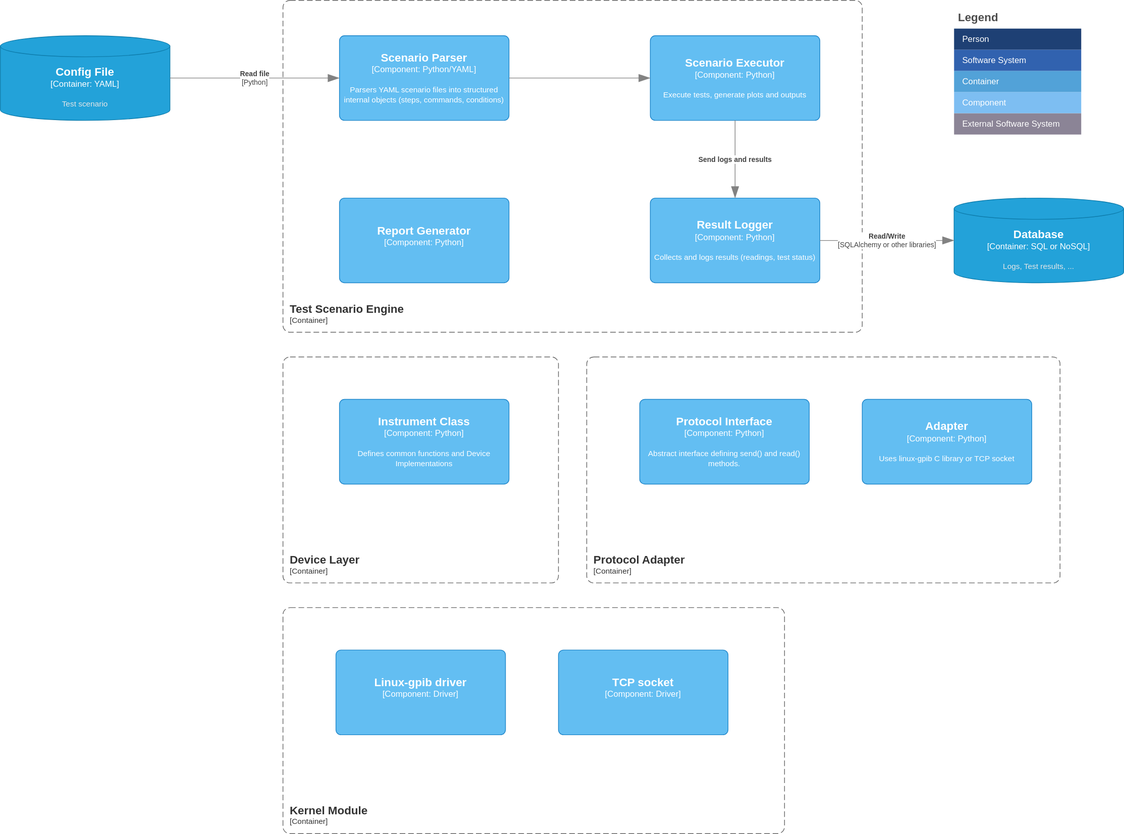
Before: C4 model/C4_software_architecture-Component.drawio.svg, a diagram exported from draw.io (ILoveBacteria/test-instrument-automation). Source tidied: cells renumbered, new cells last; positions are measured from the earlier drawing's top-left corner, leaving out a move shared by most shapes.
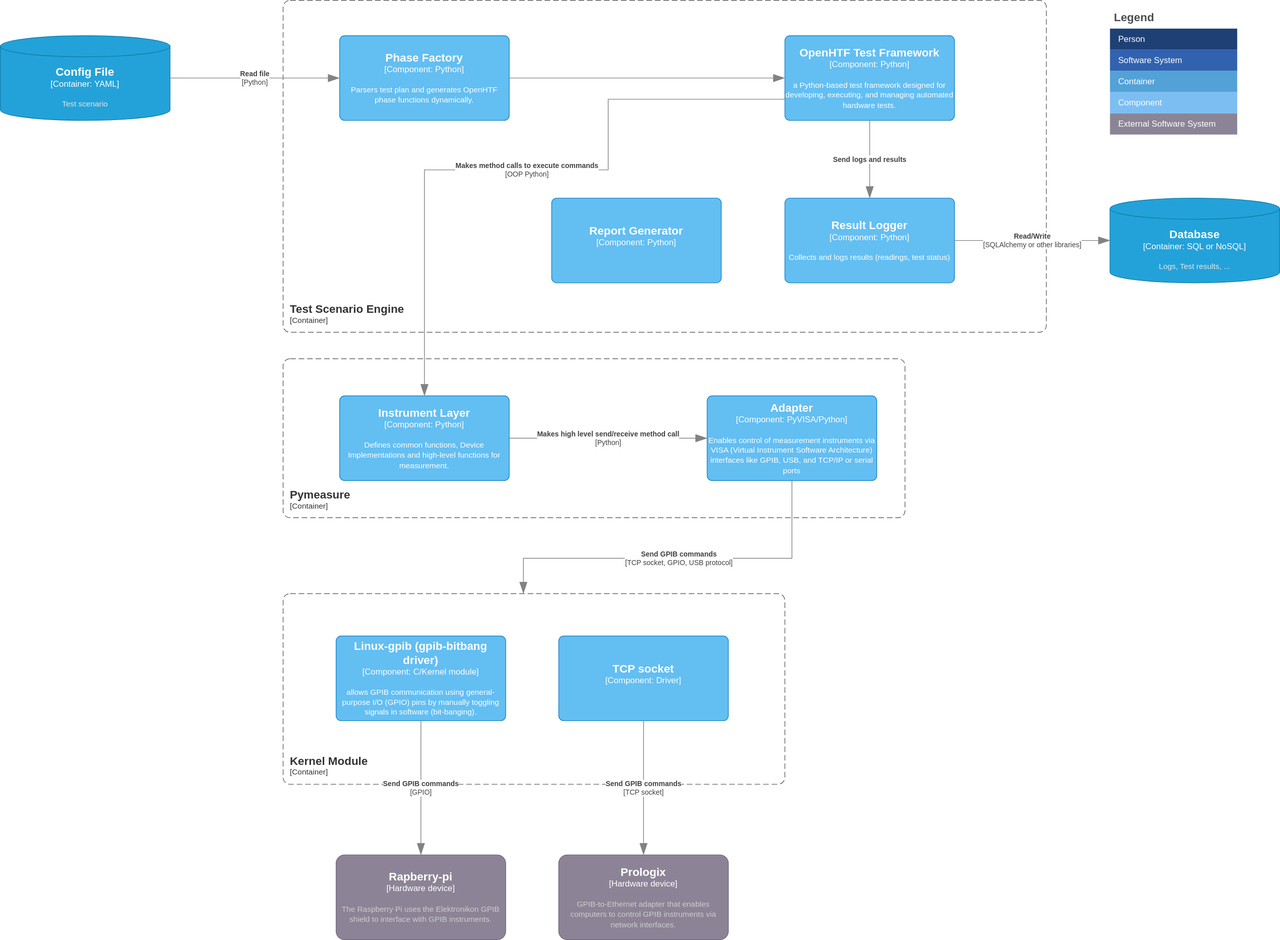
After the commit.

The edit, as a diff of the source:
```diff
@@ -6,6 +6,6 @@
       <mxCell style="rounded=1;fontSize=11;whiteSpace=wrap;html=1;dashed=1;arcSize=20;fillColor=none;strokeColor=#666666;fontColor=#333333;labelBackgroundColor=none;align=left;verticalAlign=bottom;labelBorderColor=none;spacingTop=0;spacing=10;dashPattern=8 4;perimeter=rectanglePerimeter;noLabel=0;labelPadding=0;absoluteArcSize=1;" parent="1" vertex="1">
-        <mxGeometry x="400" width="820" height="470" as="geometry" />
+        <mxGeometry x="400" width="1080" height="470" as="geometry" />
       </mxCell>
     </object>
-    <object id="3" label="&lt;font style=&quot;font-size: 16px&quot;&gt;&lt;b&gt;%c4Name%&lt;/b&gt;&lt;/font&gt;&lt;div&gt;[%c4Type%: %c4Technology%]&lt;/div&gt;&lt;br&gt;&lt;div&gt;&lt;font style=&quot;font-size: 11px&quot;&gt;%c4Description%&lt;/font&gt;&lt;/div&gt;" c4Description="Parsers YAML scenario files into structured internal objects (steps, commands, conditions)" c4Name="Scenario Parser" c4Technology="Python/YAML" c4Type="Component" placeholders="1">
+    <object id="3" label="&lt;font style=&quot;font-size: 16px&quot;&gt;&lt;b&gt;%c4Name%&lt;/b&gt;&lt;/font&gt;&lt;div&gt;[%c4Type%: %c4Technology%]&lt;/div&gt;&lt;br&gt;&lt;div&gt;&lt;font style=&quot;font-size: 11px&quot;&gt;%c4Description%&lt;/font&gt;&lt;/div&gt;" c4Description="Parsers test plan and generates OpenHTF phase functions dynamically." c4Name="Phase Factory" c4Technology="Python" c4Type="Component" placeholders="1">
       <mxCell style="rounded=1;whiteSpace=wrap;html=1;labelBackgroundColor=none;fillColor=#63BEF2;fontColor=#ffffff;align=center;arcSize=6;strokeColor=#2086C9;points=[[0.25,0,0],[0.5,0,0],[0.75,0,0],[1,0.25,0],[1,0.5,0],[1,0.75,0],[0.75,1,0],[0.5,1,0],[0.25,1,0],[0,0.75,0],[0,0.5,0],[0,0.25,0]];" parent="1" vertex="1">
@@ -14,5 +14,5 @@
     </object>
-    <object id="4" label="&lt;font style=&quot;font-size: 16px&quot;&gt;&lt;b&gt;%c4Name%&lt;/b&gt;&lt;/font&gt;&lt;div&gt;[%c4Type%: %c4Technology%]&lt;/div&gt;&lt;br&gt;&lt;div&gt;&lt;font style=&quot;font-size: 11px&quot;&gt;%c4Description%&lt;/font&gt;&lt;/div&gt;" c4Description="Execute tests, generate plots and outputs" c4Name="Scenario Executor" c4Technology="Python" c4Type="Component" placeholders="1">
+    <object id="4" label="&lt;font style=&quot;font-size: 16px&quot;&gt;&lt;b&gt;%c4Name%&lt;/b&gt;&lt;/font&gt;&lt;div&gt;[%c4Type%: %c4Technology%]&lt;/div&gt;&lt;br&gt;&lt;div&gt;&lt;font style=&quot;font-size: 11px&quot;&gt;%c4Description%&lt;/font&gt;&lt;/div&gt;" c4Description="a Python-based test framework designed for developing, executing, and managing automated hardware tests." c4Name="OpenHTF Test Framework" c4Technology="Python" c4Type="Component" placeholders="1">
       <mxCell style="rounded=1;whiteSpace=wrap;html=1;labelBackgroundColor=none;fillColor=#63BEF2;fontColor=#ffffff;align=center;arcSize=6;strokeColor=#2086C9;points=[[0.25,0,0],[0.5,0,0],[0.75,0,0],[1,0.25,0],[1,0.5,0],[1,0.75,0],[0.75,1,0],[0.5,1,0],[0.25,1,0],[0,0.75,0],[0,0.5,0],[0,0.25,0]];" parent="1" vertex="1">
-        <mxGeometry x="920" y="50" width="240" height="120" as="geometry" />
+        <mxGeometry x="1110" y="50" width="240" height="120" as="geometry" />
       </mxCell>
@@ -21,3 +21,3 @@
       <mxCell style="rounded=1;whiteSpace=wrap;html=1;labelBackgroundColor=none;fillColor=#63BEF2;fontColor=#ffffff;align=center;arcSize=6;strokeColor=#2086C9;points=[[0.25,0,0],[0.5,0,0],[0.75,0,0],[1,0.25,0],[1,0.5,0],[1,0.75,0],[0.75,1,0],[0.5,1,0],[0.25,1,0],[0,0.75,0],[0,0.5,0],[0,0.25,0]];" parent="1" vertex="1">
-        <mxGeometry x="920" y="280" width="240" height="120" as="geometry" />
+        <mxGeometry x="1110" y="280" width="240" height="120" as="geometry" />
       </mxCell>
@@ -26,3 +26,3 @@
       <mxCell style="shape=cylinder3;size=15;whiteSpace=wrap;html=1;boundedLbl=1;rounded=0;labelBackgroundColor=none;fillColor=#23A2D9;fontSize=12;fontColor=#ffffff;align=center;strokeColor=#0E7DAD;points=[[0.5,0,0],[1,0.25,0],[1,0.5,0],[1,0.75,0],[0.5,1,0],[0,0.75,0],[0,0.5,0],[0,0.25,0]];" parent="1" vertex="1">
-        <mxGeometry x="1350" y="280" width="240" height="120" as="geometry" />
+        <mxGeometry x="1570" y="280" width="240" height="120" as="geometry" />
       </mxCell>
@@ -34,25 +34,15 @@
     </object>
-    <object id="8" label="&lt;font style=&quot;font-size: 16px&quot;&gt;&lt;b&gt;&lt;div style=&quot;text-align: left&quot;&gt;%c4Name%&lt;/div&gt;&lt;/b&gt;&lt;/font&gt;&lt;div style=&quot;text-align: left&quot;&gt;[%c4Application%]&lt;/div&gt;" c4Application="Container" c4Name="Device Layer" c4Type="ContainerScopeBoundary" placeholders="1">
-      <mxCell style="rounded=1;fontSize=11;whiteSpace=wrap;html=1;dashed=1;arcSize=20;fillColor=none;strokeColor=#666666;fontColor=#333333;labelBackgroundColor=none;align=left;verticalAlign=bottom;labelBorderColor=none;spacingTop=0;spacing=10;dashPattern=8 4;perimeter=rectanglePerimeter;noLabel=0;labelPadding=0;absoluteArcSize=1;" parent="1" vertex="1">
-        <mxGeometry x="400" y="505" width="390" height="320" as="geometry" />
-      </mxCell>
-    </object>
-    <object id="9" label="&lt;font style=&quot;font-size: 16px&quot;&gt;&lt;b&gt;%c4Name%&lt;/b&gt;&lt;/font&gt;&lt;div&gt;[%c4Type%: %c4Technology%]&lt;/div&gt;&lt;br&gt;&lt;div&gt;&lt;font style=&quot;font-size: 11px&quot;&gt;%c4Description%&lt;/font&gt;&lt;/div&gt;" c4Description="Defines common functions and Device Implementations" c4Name="Instrument Class" c4Technology="Python" c4Type="Component" placeholders="1">
+    <object id="9" label="&lt;font style=&quot;font-size: 16px&quot;&gt;&lt;b&gt;%c4Name%&lt;/b&gt;&lt;/font&gt;&lt;div&gt;[%c4Type%: %c4Technology%]&lt;/div&gt;&lt;br&gt;&lt;div&gt;&lt;font style=&quot;font-size: 11px&quot;&gt;%c4Description%&lt;/font&gt;&lt;/div&gt;" c4Description="Defines common functions, Device Implementations and high-level functions for measurement." c4Name="Instrument Layer" c4Technology="Python" c4Type="Component" placeholders="1">
       <mxCell style="rounded=1;whiteSpace=wrap;html=1;labelBackgroundColor=none;fillColor=#63BEF2;fontColor=#ffffff;align=center;arcSize=6;strokeColor=#2086C9;points=[[0.25,0,0],[0.5,0,0],[0.75,0,0],[1,0.25,0],[1,0.5,0],[1,0.75,0],[0.75,1,0],[0.5,1,0],[0.25,1,0],[0,0.75,0],[0,0.5,0],[0,0.25,0]];" parent="1" vertex="1">
-        <mxGeometry x="480" y="565" width="240" height="120" as="geometry" />
+        <mxGeometry x="480" y="560" width="240" height="120" as="geometry" />
       </mxCell>
     </object>
-    <object id="10" label="&lt;font style=&quot;font-size: 16px&quot;&gt;&lt;b&gt;&lt;div style=&quot;text-align: left&quot;&gt;%c4Name%&lt;/div&gt;&lt;/b&gt;&lt;/font&gt;&lt;div style=&quot;text-align: left&quot;&gt;[%c4Application%]&lt;/div&gt;" c4Application="Container" c4Name="Protocol Adapter" c4Type="ContainerScopeBoundary" placeholders="1">
+    <object id="10" label="&lt;font style=&quot;font-size: 16px&quot;&gt;&lt;b&gt;&lt;div style=&quot;text-align: left&quot;&gt;%c4Name%&lt;/div&gt;&lt;/b&gt;&lt;/font&gt;&lt;div style=&quot;text-align: left&quot;&gt;[%c4Application%]&lt;/div&gt;" c4Application="Container" c4Name="Pymeasure" c4Type="ContainerScopeBoundary" placeholders="1">
       <mxCell style="rounded=1;fontSize=11;whiteSpace=wrap;html=1;dashed=1;arcSize=20;fillColor=none;strokeColor=#666666;fontColor=#333333;labelBackgroundColor=none;align=left;verticalAlign=bottom;labelBorderColor=none;spacingTop=0;spacing=10;dashPattern=8 4;perimeter=rectanglePerimeter;noLabel=0;labelPadding=0;absoluteArcSize=1;" parent="1" vertex="1">
-        <mxGeometry x="830" y="505" width="670" height="320" as="geometry" />
+        <mxGeometry x="400" y="507.5" width="880" height="225" as="geometry" />
       </mxCell>
     </object>
-    <object id="11" label="&lt;font style=&quot;font-size: 16px&quot;&gt;&lt;b&gt;%c4Name%&lt;/b&gt;&lt;/font&gt;&lt;div&gt;[%c4Type%: %c4Technology%]&lt;/div&gt;&lt;br&gt;&lt;div&gt;&lt;font style=&quot;font-size: 11px&quot;&gt;%c4Description%&lt;/font&gt;&lt;/div&gt;" c4Description="Abstract interface defining send() and read() methods. " c4Name="Protocol Interface" c4Technology="Python" c4Type="Component" placeholders="1">
-      <mxCell style="rounded=1;whiteSpace=wrap;html=1;labelBackgroundColor=none;fillColor=#63BEF2;fontColor=#ffffff;align=center;arcSize=6;strokeColor=#2086C9;" parent="1" vertex="1">
-        <mxGeometry x="905" y="565" width="240" height="120" as="geometry" />
-      </mxCell>
-    </object>
-    <object id="12" label="&lt;font style=&quot;font-size: 16px&quot;&gt;&lt;b&gt;%c4Name%&lt;/b&gt;&lt;/font&gt;&lt;div&gt;[%c4Type%: %c4Technology%]&lt;/div&gt;&lt;br&gt;&lt;div&gt;&lt;font style=&quot;font-size: 11px&quot;&gt;%c4Description%&lt;/font&gt;&lt;/div&gt;" c4Description="Uses linux-gpib C library or TCP socket" c4Name="Adapter" c4Technology="Python" c4Type="Component" placeholders="1">
+    <object id="12" label="&lt;font style=&quot;font-size: 16px&quot;&gt;&lt;b&gt;%c4Name%&lt;/b&gt;&lt;/font&gt;&lt;div&gt;[%c4Type%: %c4Technology%]&lt;/div&gt;&lt;br&gt;&lt;div&gt;&lt;font style=&quot;font-size: 11px&quot;&gt;%c4Description%&lt;/font&gt;&lt;/div&gt;" c4Description="Enables control of measurement instruments via VISA (Virtual Instrument Software Architecture) interfaces like GPIB, USB, and TCP/IP or serial ports" c4Name="Adapter" c4Technology="PyVISA/Python" c4Type="Component" placeholders="1">
       <mxCell style="rounded=1;whiteSpace=wrap;html=1;labelBackgroundColor=none;fillColor=#63BEF2;fontColor=#ffffff;align=center;arcSize=6;strokeColor=#2086C9;points=[[0.25,0,0],[0.5,0,0],[0.75,0,0],[1,0.25,0],[1,0.5,0],[1,0.75,0],[0.75,1,0],[0.5,1,0],[0.25,1,0],[0,0.75,0],[0,0.5,0],[0,0.25,0]];" parent="1" vertex="1">
-        <mxGeometry x="1220" y="565" width="240" height="120" as="geometry" />
+        <mxGeometry x="1000" y="560" width="240" height="120" as="geometry" />
       </mxCell>
@@ -61,8 +51,8 @@
       <mxCell style="rounded=1;fontSize=11;whiteSpace=wrap;html=1;dashed=1;arcSize=20;fillColor=none;strokeColor=#666666;fontColor=#333333;labelBackgroundColor=none;align=left;verticalAlign=bottom;labelBorderColor=none;spacingTop=0;spacing=10;dashPattern=8 4;perimeter=rectanglePerimeter;noLabel=0;labelPadding=0;absoluteArcSize=1;" parent="1" vertex="1">
-        <mxGeometry x="400" y="860" width="710" height="320" as="geometry" />
+        <mxGeometry x="400" y="840" width="710" height="270" as="geometry" />
       </mxCell>
     </object>
-    <object id="14" label="&lt;font style=&quot;font-size: 16px&quot;&gt;&lt;b&gt;%c4Name%&lt;/b&gt;&lt;/font&gt;&lt;div&gt;[%c4Type%: %c4Technology%]&lt;/div&gt;&lt;br&gt;&lt;div&gt;&lt;font style=&quot;font-size: 11px&quot;&gt;%c4Description%&lt;/font&gt;&lt;/div&gt;" c4Description="" c4Name="Linux-gpib driver" c4Technology="Driver" c4Type="Component" placeholders="1">
+    <object id="14" label="&lt;font style=&quot;font-size: 16px&quot;&gt;&lt;b&gt;%c4Name%&lt;/b&gt;&lt;/font&gt;&lt;div&gt;[%c4Type%: %c4Technology%]&lt;/div&gt;&lt;br&gt;&lt;div&gt;&lt;font style=&quot;font-size: 11px&quot;&gt;%c4Description%&lt;/font&gt;&lt;/div&gt;" c4Description=" allows GPIB communication using general-purpose I/O (GPIO) pins by manually toggling signals in software (bit-banging)." c4Name="Linux-gpib (gpib-bitbang driver)" c4Technology="C/Kernel module" c4Type="Component" placeholders="1">
       <mxCell style="rounded=1;whiteSpace=wrap;html=1;labelBackgroundColor=none;fillColor=#63BEF2;fontColor=#ffffff;align=center;arcSize=6;strokeColor=#2086C9;points=[[0.25,0,0],[0.5,0,0],[0.75,0,0],[1,0.25,0],[1,0.5,0],[1,0.75,0],[0.75,1,0],[0.5,1,0],[0.25,1,0],[0,0.75,0],[0,0.5,0],[0,0.25,0]];" parent="1" vertex="1">
-        <mxGeometry x="475" y="920" width="240" height="120" as="geometry" />
+        <mxGeometry x="475" y="900" width="240" height="120" as="geometry" />
       </mxCell>
@@ -71,3 +61,3 @@
       <mxCell style="rounded=1;whiteSpace=wrap;html=1;labelBackgroundColor=none;fillColor=#63BEF2;fontColor=#ffffff;align=center;arcSize=6;strokeColor=#2086C9;points=[[0.25,0,0],[0.5,0,0],[0.75,0,0],[1,0.25,0],[1,0.5,0],[1,0.75,0],[0.75,1,0],[0.5,1,0],[0.25,1,0],[0,0.75,0],[0,0.5,0],[0,0.25,0]];" parent="1" vertex="1">
-        <mxGeometry x="790" y="920" width="240" height="120" as="geometry" />
+        <mxGeometry x="790" y="900" width="240" height="120" as="geometry" />
       </mxCell>
@@ -75,3 +65,3 @@
     <mxCell id="16" value="Legend" style="shape=table;startSize=30;fontSize=16;align=left;verticalAlign=top;fillColor=none;strokeColor=none;fontColor=#4D4D4D;fontStyle=1;spacingLeft=6;spacing=0;" parent="1" vertex="1">
-      <mxGeometry x="1350" y="10" width="180" height="180" as="geometry" />
+      <mxGeometry x="1570" y="10" width="180" height="180" as="geometry" />
     </mxCell>
@@ -119,3 +109,3 @@
       <mxCell style="rounded=1;whiteSpace=wrap;html=1;labelBackgroundColor=none;fillColor=#63BEF2;fontColor=#ffffff;align=center;arcSize=6;strokeColor=#2086C9;" parent="1" vertex="1">
-        <mxGeometry x="480" y="280" width="240" height="120" as="geometry" />
+        <mxGeometry x="780" y="280" width="240" height="120" as="geometry" />
       </mxCell>
@@ -132,2 +122,57 @@
     </object>
+    <object id="32" label="&lt;font style=&quot;font-size: 16px&quot;&gt;&lt;b&gt;%c4Name%&lt;/b&gt;&lt;/font&gt;&lt;div&gt;[%c4Type%]&lt;/div&gt;&lt;br&gt;&lt;div&gt;&lt;font style=&quot;font-size: 11px&quot;&gt;&lt;font color=&quot;#cccccc&quot;&gt;%c4Description%&lt;/font&gt;&lt;/div&gt;" c4Description="GPIB-to-Ethernet adapter that enables computers to control GPIB instruments via network interfaces." c4Name="Prologix" c4Type="Hardware device" placeholders="1">
+      <mxCell style="rounded=1;whiteSpace=wrap;html=1;labelBackgroundColor=none;fillColor=#8C8496;fontColor=#ffffff;align=center;arcSize=10;strokeColor=#736782;points=[[0.25,0,0],[0.5,0,0],[0.75,0,0],[1,0.25,0],[1,0.5,0],[1,0.75,0],[0.75,1,0],[0.5,1,0],[0.25,1,0],[0,0.75,0],[0,0.5,0],[0,0.25,0]];" parent="1" vertex="1">
+        <mxGeometry x="790" y="1210" width="240" height="120" as="geometry" />
+      </mxCell>
+    </object>
+    <object id="33" label="&lt;div style=&quot;text-align: left&quot;&gt;&lt;div style=&quot;text-align: center&quot;&gt;&lt;b&gt;%c4Description%&lt;/b&gt;&lt;/div&gt;&lt;div style=&quot;text-align: center&quot;&gt;[%c4Technology%]&lt;/div&gt;&lt;/div&gt;" c4Description="Send GPIB commands" c4Technology="TCP socket" c4Type="Relationship" placeholders="1">
+      <mxCell style="endArrow=blockThin;html=1;fontSize=10;fontColor=#404040;strokeWidth=1;endFill=1;strokeColor=#828282;elbow=vertical;endSize=14;startSize=14;jumpStyle=arc;jumpSize=16;rounded=0;edgeStyle=orthogonalEdgeStyle;exitX=0.5;exitY=1;exitDx=0;exitDy=0;exitPerimeter=0;entryX=0.5;entryY=0;entryDx=0;entryDy=0;entryPerimeter=0;" parent="1" edge="1" source="15" target="32">
+        <mxGeometry relative="1" as="geometry" />
+      </mxCell>
+    </object>
+    <object id="34" label="&lt;div style=&quot;text-align: left&quot;&gt;&lt;div style=&quot;text-align: center&quot;&gt;&lt;b&gt;%c4Description%&lt;/b&gt;&lt;/div&gt;&lt;div style=&quot;text-align: center&quot;&gt;[%c4Technology%]&lt;/div&gt;&lt;/div&gt;" c4Description="Makes high level send/receive method call" c4Technology="Python" c4Type="Relationship" placeholders="1">
+      <mxCell style="endArrow=blockThin;html=1;fontSize=10;fontColor=#404040;strokeWidth=1;endFill=1;strokeColor=#828282;elbow=vertical;endSize=14;startSize=14;jumpStyle=arc;jumpSize=16;rounded=0;edgeStyle=orthogonalEdgeStyle;entryX=0;entryY=0.5;entryDx=0;entryDy=0;entryPerimeter=0;exitX=1;exitY=0.5;exitDx=0;exitDy=0;exitPerimeter=0;" parent="1" edge="1" source="9" target="12">
+        <mxGeometry relative="1" as="geometry">
+          <Array as="points">
+            <mxPoint x="1000" y="620" />
+          </Array>
+        </mxGeometry>
+      </mxCell>
+    </object>
+    <object id="35" label="&lt;div style=&quot;text-align: left&quot;&gt;&lt;div style=&quot;text-align: center&quot;&gt;&lt;b&gt;%c4Description%&lt;/b&gt;&lt;/div&gt;&lt;div style=&quot;text-align: center&quot;&gt;[%c4Technology%]&lt;/div&gt;&lt;/div&gt;" c4Description="Send GPIB commands" c4Technology="TCP socket, GPIO, USB protocol" c4Type="Relationship" placeholders="1">
+      <mxCell style="endArrow=blockThin;html=1;fontSize=10;fontColor=#404040;strokeWidth=1;endFill=1;strokeColor=#828282;elbow=vertical;endSize=14;startSize=14;jumpStyle=arc;jumpSize=16;rounded=0;edgeStyle=orthogonalEdgeStyle;exitX=0.5;exitY=1;exitDx=0;exitDy=0;exitPerimeter=0;" parent="1" edge="1" source="12">
+        <mxGeometry relative="1" as="geometry">
+          <mxPoint x="740" y="840" as="targetPoint" />
+          <Array as="points">
+            <mxPoint x="1120" y="790" />
+            <mxPoint x="740" y="790" />
+          </Array>
+        </mxGeometry>
+      </mxCell>
+    </object>
+    <object id="36" label="&lt;div style=&quot;text-align: left&quot;&gt;&lt;div style=&quot;text-align: center&quot;&gt;&lt;b&gt;%c4Description%&lt;/b&gt;&lt;/div&gt;&lt;div style=&quot;text-align: center&quot;&gt;[%c4Technology%]&lt;/div&gt;&lt;/div&gt;" c4Description="Makes method calls to execute commands" c4Technology="OOP Python" c4Type="Relationship" placeholders="1">
+      <mxCell style="endArrow=blockThin;html=1;fontSize=10;fontColor=#404040;strokeWidth=1;endFill=1;strokeColor=#828282;elbow=vertical;endSize=14;startSize=14;jumpStyle=arc;jumpSize=16;rounded=0;edgeStyle=orthogonalEdgeStyle;entryX=0.5;entryY=0;entryDx=0;entryDy=0;entryPerimeter=0;exitX=0;exitY=0.75;exitDx=0;exitDy=0;exitPerimeter=0;" parent="1" edge="1" source="4" target="9">
+        <mxGeometry relative="1" as="geometry">
+          <Array as="points">
+            <mxPoint x="860" y="140" />
+            <mxPoint x="860" y="240" />
+            <mxPoint x="600" y="240" />
+          </Array>
+        </mxGeometry>
+      </mxCell>
+    </object>
+    <object id="37" label="&lt;font style=&quot;font-size: 16px&quot;&gt;&lt;b&gt;%c4Name%&lt;/b&gt;&lt;/font&gt;&lt;div&gt;[%c4Type%]&lt;/div&gt;&lt;br&gt;&lt;div&gt;&lt;font style=&quot;font-size: 11px&quot;&gt;&lt;font color=&quot;#cccccc&quot;&gt;%c4Description%&lt;/font&gt;&lt;/div&gt;" c4Description="The Raspberry Pi uses the Elektronikon GPIB shield to interface with GPIB instruments.&#10;" c4Name="Rapberry-pi" c4Type="Hardware device" placeholders="1">
+      <mxCell style="rounded=1;whiteSpace=wrap;html=1;labelBackgroundColor=none;fillColor=#8C8496;fontColor=#ffffff;align=center;arcSize=10;strokeColor=#736782;points=[[0.25,0,0],[0.5,0,0],[0.75,0,0],[1,0.25,0],[1,0.5,0],[1,0.75,0],[0.75,1,0],[0.5,1,0],[0.25,1,0],[0,0.75,0],[0,0.5,0],[0,0.25,0]];" parent="1" vertex="1">
+        <mxGeometry x="475" y="1210" width="240" height="120" as="geometry" />
+      </mxCell>
+    </object>
+    <object id="38" label="&lt;div style=&quot;text-align: left&quot;&gt;&lt;div style=&quot;text-align: center&quot;&gt;&lt;b&gt;%c4Description%&lt;/b&gt;&lt;/div&gt;&lt;div style=&quot;text-align: center&quot;&gt;[%c4Technology%]&lt;/div&gt;&lt;/div&gt;" c4Description="Send GPIB commands" c4Technology="GPIO" c4Type="Relationship" placeholders="1">
+      <mxCell style="endArrow=blockThin;html=1;fontSize=10;fontColor=#404040;strokeWidth=1;endFill=1;strokeColor=#828282;elbow=vertical;endSize=14;startSize=14;jumpStyle=arc;jumpSize=16;rounded=0;edgeStyle=orthogonalEdgeStyle;exitX=0.5;exitY=1;exitDx=0;exitDy=0;exitPerimeter=0;entryX=0.5;entryY=0;entryDx=0;entryDy=0;entryPerimeter=0;" parent="1" edge="1" source="14" target="37">
+        <mxGeometry relative="1" as="geometry">
+          <Array as="points">
+            <mxPoint x="595" y="1200" />
+          </Array>
+        </mxGeometry>
+      </mxCell>
+    </object>
   </root>
```
